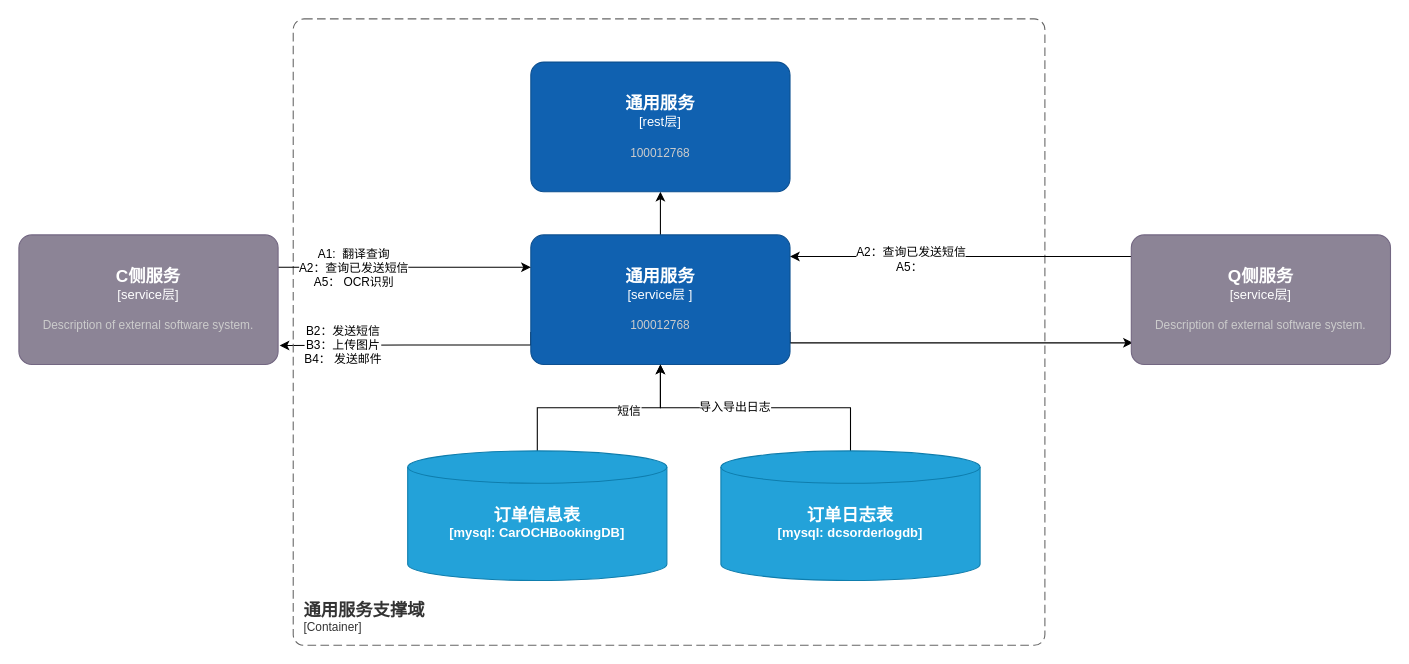
This is page "通用服务" (5 of 5) of Trip上云.drawio from leonwcy/test, a draw.io file, before an edit. Source tidied: cells renumbered, new cells numbered last; positions are measured from the earlier drawing's top-left corner, leaving out a move shared by most shapes. Both pictures are drawn from the tidied source at 108%, with x=0, y=0 at pixel (18, 18).
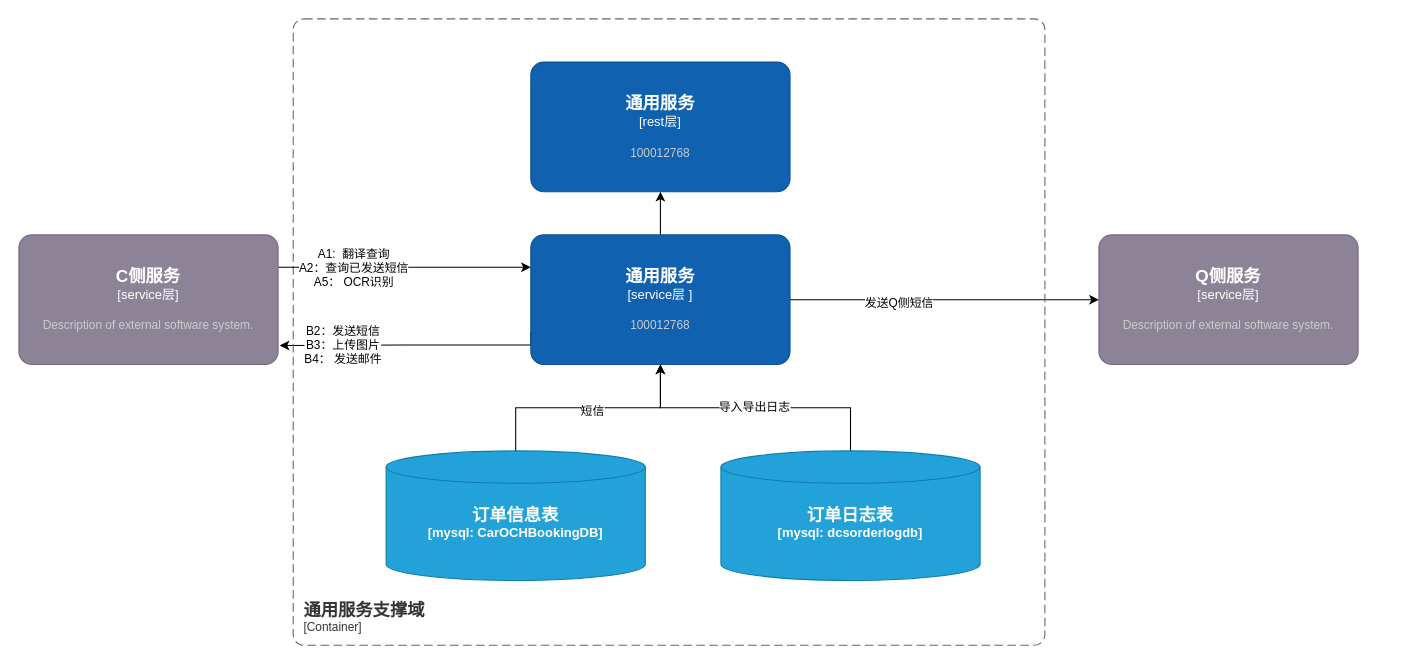
The same page after the edit.

The change refers to these unchanged cells:
```xml
<object id="6" label="&lt;font style=&quot;font-size: 16px&quot;&gt;&lt;b&gt;%c4Name%&lt;/b&gt;&lt;/font&gt;&lt;div&gt;[%c4Type%]&lt;/div&gt;&lt;br&gt;&lt;div&gt;&lt;font style=&quot;font-size: 11px&quot;&gt;&lt;font color=&quot;#cccccc&quot;&gt;%c4Description%&lt;/font&gt;&lt;/div&gt;" c4Description="100012768" c4Name="通用服务" c4Type="service层 " placeholders="1">
  <mxCell style="rounded=1;whiteSpace=wrap;html=1;labelBackgroundColor=none;fillColor=#1061B0;fontColor=#ffffff;align=center;arcSize=10;strokeColor=#0D5091;points=[[0.25,0,0],[0.5,0,0],[0.75,0,0],[1,0.25,0],[1,0.5,0],[1,0.75,0],[0.75,1,0],[0.5,1,0],[0.25,1,0],[0,0.75,0],[0,0.5,0],[0,0.25,0]];" parent="1" vertex="1">
    <mxGeometry x="474" y="200" width="240" height="120" as="geometry" />
  </mxCell>
</object>
<mxCell id="9" style="edgeStyle=orthogonalEdgeStyle;rounded=0;jettySize=auto;html=1;" parent="1" edge="1" source="11" target="6">
  <mxGeometry relative="1" as="geometry" />
</mxCell>
<mxCell id="12" style="edgeStyle=orthogonalEdgeStyle;rounded=0;jettySize=auto;html=1;" parent="1" edge="1" source="14" target="6">
  <mxGeometry relative="1" as="geometry" />
</mxCell>
```

The edit, as a diff of the source:
```diff
@@
-    <mxCell id="5" style="edgeStyle=orthogonalEdgeStyle;rounded=0;jettySize=auto;html=1;exitX=1;exitY=0.75;exitDx=0;exitDy=0;exitPerimeter=0;entryX=0.006;entryY=0.833;entryDx=0;entryDy=0;entryPerimeter=0;" parent="1" edge="1" source="6" target="17">
-      <mxGeometry relative="1" as="geometry">
-        <Array as="points">
-          <mxPoint x="714" y="300" />
-        </Array>
-      </mxGeometry>
+    <mxCell id="5" style="edgeStyle=orthogonalEdgeStyle;rounded=0;jettySize=auto;html=1;exitX=1;exitY=0.5;exitDx=0;exitDy=0;exitPerimeter=0;" parent="1" edge="1" source="6" target="17">
+      <mxGeometry relative="1" as="geometry" />
     </mxCell>
+    <mxCell id="21" value="发送Q侧短信" style="edgeLabel;html=1;align=center;verticalAlign=middle;" parent="5" vertex="1">
+      <mxGeometry x="-0.3" y="-2" relative="1" as="geometry" />
+    </mxCell>
@@
     <mxCell id="10" value="短信" style="edgeLabel;html=1;align=center;verticalAlign=middle;" parent="9" vertex="1">
-      <mxGeometry x="0.28" y="-2" relative="1" as="geometry" />
+      <mxGeometry x="0.28" y="-2" relative="1" as="geometry">
+        <mxPoint x="-27" as="offset" />
+      </mxGeometry>
     </mxCell>
     <object id="11" label="&lt;font style=&quot;font-size: 16px&quot;&gt;&lt;b&gt;%c4Type%&lt;/font&gt;&lt;div&gt;[%c4Container%:&amp;nbsp;%c4Technology%]&lt;/div&gt;&lt;br&gt;&lt;div&gt;&lt;font style=&quot;font-size: 11px&quot;&gt;&lt;font color=&quot;#E6E6E6&quot;&gt;%c4Description%&lt;/font&gt;&lt;/div&gt;" c4Container="mysql" c4Description="" c4Technology="CarOCHBookingDB" c4Type="订单信息表" placeholders="1">
       <mxCell style="shape=cylinder3;size=15;whiteSpace=wrap;html=1;boundedLbl=1;rounded=0;labelBackgroundColor=none;fillColor=#23A2D9;fontSize=12;fontColor=#ffffff;align=center;strokeColor=#0E7DAD;points=[[0.5,0,0],[1,0.25,0],[1,0.5,0],[1,0.75,0],[0.5,1,0],[0,0.75,0],[0,0.5,0],[0,0.25,0]];" parent="1" vertex="1">
-        <mxGeometry x="360" y="400" width="240" height="120" as="geometry" />
+        <mxGeometry x="340" y="400" width="240" height="120" as="geometry" />
       </mxCell>
     </object>
@@
     <mxCell id="13" value="导入导出日志" style="edgeLabel;html=1;align=center;verticalAlign=middle;" parent="12" vertex="1">
-      <mxGeometry x="0.16" y="-1" relative="1" as="geometry" />
+      <mxGeometry x="0.16" y="-1" relative="1" as="geometry">
+        <mxPoint x="18" as="offset" />
+      </mxGeometry>
     </mxCell>
@@
-    <mxCell id="15" style="edgeStyle=orthogonalEdgeStyle;rounded=0;jettySize=auto;html=1;" parent="1" edge="1" source="17" target="6">
-      <mxGeometry relative="1" as="geometry">
-        <Array as="points">
-          <mxPoint x="780" y="220" />
-          <mxPoint x="780" y="220" />
-        </Array>
-      </mxGeometry>
-    </mxCell>
-    <mxCell id="16" value="A2：查询已发送短信&lt;br&gt;A5：&amp;nbsp;" style="edgeLabel;html=1;align=center;verticalAlign=middle;" parent="15" vertex="1">
-      <mxGeometry x="0.3" y="2" relative="1" as="geometry" />
-    </mxCell>
     <object id="17" label="&lt;font style=&quot;font-size: 16px&quot;&gt;&lt;b&gt;%c4Name%&lt;/b&gt;&lt;/font&gt;&lt;div&gt;[%c4Type%]&lt;/div&gt;&lt;br&gt;&lt;div&gt;&lt;font style=&quot;font-size: 11px&quot;&gt;&lt;font color=&quot;#cccccc&quot;&gt;%c4Description%&lt;/font&gt;&lt;/div&gt;" c4Description="Description of external software system." c4Name="Q侧服务" c4Type="service层" placeholders="1">
       <mxCell style="rounded=1;whiteSpace=wrap;html=1;labelBackgroundColor=none;fillColor=#8C8496;fontColor=#ffffff;align=center;arcSize=10;strokeColor=#736782;points=[[0.25,0,0],[0.5,0,0],[0.75,0,0],[1,0.25,0],[1,0.5,0],[1,0.75,0],[0.75,1,0],[0.5,1,0],[0.25,1,0],[0,0.75,0],[0,0.5,0],[0,0.25,0]];" parent="1" vertex="1">
-        <mxGeometry x="1030" y="200" width="240" height="120" as="geometry" />
+        <mxGeometry x="1000" y="200" width="240" height="120" as="geometry" />
       </mxCell>
     </object>
```
